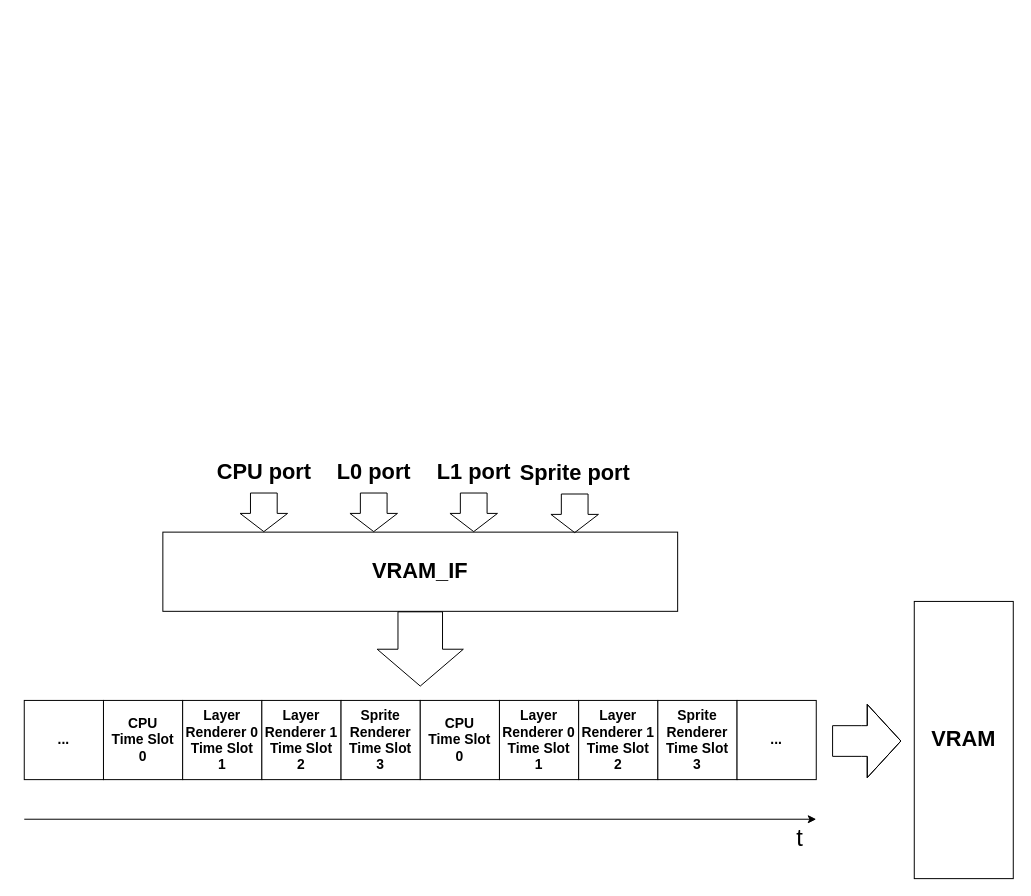
epsilon537/boxlambda keeps this draw.io diagram as docs/assets/vram_if_timeslot_scheduling.drawio. Above is the earlier version. Source tidied: cells renumbered, new cells numbered last; positions are measured from the earlier drawing's top-left corner, leaving out a move shared by most shapes. Both pictures are drawn from the tidied source at 99%, with x=0, y=0 at pixel (24, 492).
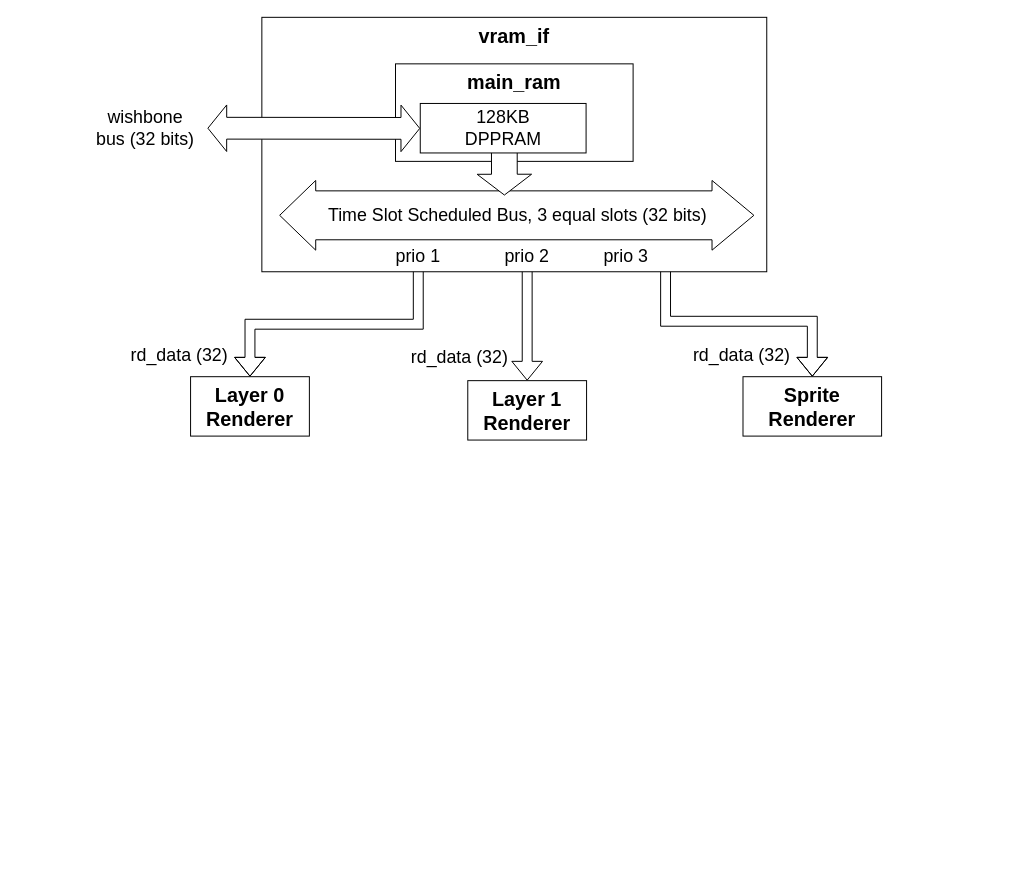
After the change.

What changed in the source:
```diff
@@
-    <mxCell id="2" value="CPU&lt;br style=&quot;font-size: 14px;&quot;&gt;Time Slot&lt;br&gt;0" style="rounded=0;whiteSpace=wrap;html=1;fontStyle=1;fontSize=14;" parent="1" vertex="1">
-      <mxGeometry x="80" y="210" width="80" height="80" as="geometry" />
-    </mxCell>
-    <mxCell id="3" value="Layer Renderer 0&lt;br style=&quot;font-size: 14px;&quot;&gt;Time Slot&lt;br&gt;1" style="rounded=0;whiteSpace=wrap;html=1;fontStyle=1;fontSize=14;" parent="1" vertex="1">
-      <mxGeometry x="160" y="210" width="80" height="80" as="geometry" />
-    </mxCell>
-    <mxCell id="4" value="Layer Renderer 1&lt;br style=&quot;font-size: 14px;&quot;&gt;Time Slot&lt;br&gt;2" style="rounded=0;whiteSpace=wrap;html=1;fontStyle=1;fontSize=14;" parent="1" vertex="1">
-      <mxGeometry x="240" y="210" width="80" height="80" as="geometry" />
-    </mxCell>
-    <mxCell id="5" value="Sprite Renderer&lt;br style=&quot;font-size: 14px;&quot;&gt;Time Slot&lt;br&gt;3" style="rounded=0;whiteSpace=wrap;html=1;fontStyle=1;fontSize=14;" parent="1" vertex="1">
-      <mxGeometry x="320" y="210" width="80" height="80" as="geometry" />
-    </mxCell>
-    <mxCell id="6" value="CPU&lt;br style=&quot;font-size: 14px;&quot;&gt;Time Slot&lt;br&gt;0" style="rounded=0;whiteSpace=wrap;html=1;fontStyle=1;fontSize=14;" parent="1" vertex="1">
-      <mxGeometry x="400" y="210" width="80" height="80" as="geometry" />
-    </mxCell>
-    <mxCell id="7" value="Layer Renderer 0&lt;br style=&quot;font-size: 14px;&quot;&gt;Time Slot&lt;br&gt;1" style="rounded=0;whiteSpace=wrap;html=1;fontStyle=1;fontSize=14;" parent="1" vertex="1">
-      <mxGeometry x="480" y="210" width="80" height="80" as="geometry" />
-    </mxCell>
-    <mxCell id="8" value="Layer Renderer 1&lt;br style=&quot;font-size: 14px;&quot;&gt;Time Slot&lt;br&gt;2" style="rounded=0;whiteSpace=wrap;html=1;fontStyle=1;fontSize=14;" parent="1" vertex="1">
-      <mxGeometry x="560" y="210" width="80" height="80" as="geometry" />
-    </mxCell>
-    <mxCell id="9" value="Sprite Renderer&lt;br style=&quot;font-size: 14px;&quot;&gt;Time Slot&lt;br&gt;3" style="rounded=0;whiteSpace=wrap;html=1;fontStyle=1;fontSize=14;" parent="1" vertex="1">
-      <mxGeometry x="640" y="210" width="80" height="80" as="geometry" />
-    </mxCell>
-    <mxCell id="10" value="..." style="rounded=0;whiteSpace=wrap;html=1;fontStyle=1;fontSize=14;" parent="1" vertex="1">
-      <mxGeometry y="210" width="80" height="80" as="geometry" />
-    </mxCell>
-    <mxCell id="11" value="..." style="rounded=0;whiteSpace=wrap;html=1;fontStyle=1;fontSize=14;" parent="1" vertex="1">
-      <mxGeometry x="720" y="210" width="80" height="80" as="geometry" />
-    </mxCell>
-    <mxCell id="12" value="t" style="endArrow=classic;html=1;rounded=0;fontSize=24;align=right;" parent="1" edge="1">
-      <mxGeometry x="0.97" y="-20" relative="1" as="geometry">
-        <mxPoint y="330" as="sourcePoint" />
-        <mxPoint x="800" y="330" as="targetPoint" />
-      </mxGeometry>
-    </mxCell>
-    <mxCell id="13" value="&lt;b&gt;&lt;font style=&quot;font-size: 22px;&quot;&gt;VRAM&lt;/font&gt;&lt;/b&gt;" style="rounded=0;whiteSpace=wrap;html=1;fontSize=14;" parent="1" vertex="1">
-      <mxGeometry x="899" y="110" width="100" height="280" as="geometry" />
-    </mxCell>
-    <mxCell id="14" style="shape=flexArrow;endArrow=classic;html=1;rounded=0;fontSize=22;endWidth=42;endSize=11;width=31;" parent="1" edge="1">
-      <mxGeometry relative="1" as="geometry">
-        <mxPoint x="816" y="251" as="sourcePoint" />
-        <mxPoint x="886" y="251" as="targetPoint" />
-        <Array as="points">
-          <mxPoint x="846" y="251" />
-        </Array>
-      </mxGeometry>
-    </mxCell>
-    <mxCell id="15" value="&lt;b&gt;VRAM_IF&lt;/b&gt;" style="rounded=0;whiteSpace=wrap;html=1;fontSize=22;" parent="1" vertex="1">
-      <mxGeometry x="140" y="40" width="520" height="80" as="geometry" />
-    </mxCell>
-    <mxCell id="16" style="shape=flexArrow;endArrow=classic;html=1;rounded=0;fontSize=22;endWidth=41;endSize=12.07;width=45;exitX=0.5;exitY=1;exitDx=0;exitDy=0;" parent="1" edge="1" source="15">
-      <mxGeometry relative="1" as="geometry">
-        <mxPoint x="400" y="196" as="targetPoint" />
-      </mxGeometry>
-    </mxCell>
-    <mxCell id="17" value="CPU port" style="shape=flexArrow;endArrow=classic;html=1;rounded=0;fontSize=22;width=27;endSize=5.8;fontStyle=1;" parent="1" edge="1">
-      <mxGeometry x="-1" y="-20" relative="1" as="geometry">
-        <mxPoint x="242" as="sourcePoint" />
-        <mxPoint x="242" y="40" as="targetPoint" />
-        <mxPoint x="20" y="-20" as="offset" />
-      </mxGeometry>
-    </mxCell>
-    <mxCell id="18" value="L0 port" style="shape=flexArrow;endArrow=classic;html=1;rounded=0;fontSize=22;width=27;endSize=5.8;fontStyle=1;" parent="1" edge="1">
-      <mxGeometry x="-1" y="-20" relative="1" as="geometry">
-        <mxPoint x="353" as="sourcePoint" />
-        <mxPoint x="353" y="40" as="targetPoint" />
-        <mxPoint x="20" y="-20" as="offset" />
-      </mxGeometry>
-    </mxCell>
-    <mxCell id="19" value="L1 port" style="shape=flexArrow;endArrow=classic;html=1;rounded=0;fontSize=22;width=27;endSize=5.8;fontStyle=1;" parent="1" edge="1">
-      <mxGeometry x="-1" y="-20" relative="1" as="geometry">
-        <mxPoint x="454" as="sourcePoint" />
-        <mxPoint x="454" y="40" as="targetPoint" />
-        <mxPoint x="20" y="-20" as="offset" />
-      </mxGeometry>
-    </mxCell>
-    <mxCell id="20" value="Sprite port" style="shape=flexArrow;endArrow=classic;html=1;rounded=0;fontSize=22;width=27;endSize=5.8;fontStyle=1;" parent="1" edge="1">
-      <mxGeometry x="-1" y="-20" relative="1" as="geometry">
-        <mxPoint x="556" y="1" as="sourcePoint" />
-        <mxPoint x="556" y="41" as="targetPoint" />
-        <mxPoint x="20" y="-20" as="offset" />
-      </mxGeometry>
-    </mxCell>
+    <mxCell id="21" style="endArrow=classic;html=1;rounded=0;startArrow=none;startFill=0;endFill=1;exitX=0.5;exitY=0.5;exitDx=0;exitDy=0;edgeStyle=orthogonalEdgeStyle;fontSize=18;shape=flexArrow;exitPerimeter=0;" parent="1" edge="1" source="32" target="26">
+      <mxGeometry relative="1" as="geometry">
+        <Array as="points">
+          <mxPoint x="398" y="-170" />
+          <mxPoint x="228" y="-170" />
+        </Array>
+      </mxGeometry>
+    </mxCell>
+    <mxCell id="22" style="endArrow=classic;html=1;rounded=0;startArrow=none;startFill=0;endFill=1;edgeStyle=elbowEdgeStyle;fontSize=18;elbow=vertical;exitX=0.882;exitY=0.973;exitDx=0;exitDy=0;shape=flexArrow;exitPerimeter=0;" parent="1" edge="1" target="28">
+      <mxGeometry relative="1" as="geometry">
+        <mxPoint x="647.8" y="-229.9" as="sourcePoint" />
+      </mxGeometry>
+    </mxCell>
+    <mxCell id="23" style="endArrow=classic;html=1;rounded=0;startArrow=none;startFill=0;endFill=1;exitX=0.5;exitY=0.433;exitDx=0;exitDy=0;fontSize=18;edgeStyle=orthogonalEdgeStyle;shape=flexArrow;exitPerimeter=0;" parent="1" edge="1" source="33" target="27">
+      <mxGeometry relative="1" as="geometry" />
+    </mxCell>
+    <mxCell id="24" value="&lt;b style=&quot;font-size: 20px;&quot;&gt;vram_if&lt;/b&gt;" style="rounded=0;whiteSpace=wrap;html=1;direction=east;verticalAlign=top;fontSize=20;" parent="1" vertex="1">
+      <mxGeometry x="240" y="-480" width="510" height="257" as="geometry" />
+    </mxCell>
+    <mxCell id="25" value="main_ram" style="rounded=0;whiteSpace=wrap;html=1;verticalAlign=top;fontStyle=1;fontSize=20;" parent="1" vertex="1">
+      <mxGeometry x="375" y="-433" width="240" height="98.5" as="geometry" />
+    </mxCell>
+    <mxCell id="26" value="&lt;b&gt;Layer 0 Renderer&lt;/b&gt;" style="rounded=0;whiteSpace=wrap;html=1;direction=east;fontSize=20;" parent="1" vertex="1">
+      <mxGeometry x="168" y="-117" width="120" height="60" as="geometry" />
+    </mxCell>
+    <mxCell id="27" value="&lt;b&gt;Layer 1 Renderer&lt;/b&gt;" style="rounded=0;whiteSpace=wrap;html=1;direction=east;fontSize=20;" parent="1" vertex="1">
+      <mxGeometry x="448" y="-113" width="120" height="60" as="geometry" />
+    </mxCell>
+    <mxCell id="28" value="&lt;b&gt;Sprite&lt;br style=&quot;font-size: 20px;&quot;&gt;Renderer&lt;/b&gt;" style="rounded=0;whiteSpace=wrap;html=1;direction=east;fontSize=20;" parent="1" vertex="1">
+      <mxGeometry x="726" y="-117" width="140" height="60" as="geometry" />
+    </mxCell>
+    <mxCell id="29" value="rd_data (32)" style="text;html=1;strokeColor=none;fillColor=none;align=right;verticalAlign=middle;whiteSpace=wrap;rounded=0;fontSize=18;" parent="1" vertex="1">
+      <mxGeometry x="88" y="-153" width="120" height="30" as="geometry" />
+    </mxCell>
+    <mxCell id="30" value="rd_data (32)" style="text;html=1;strokeColor=none;fillColor=none;align=right;verticalAlign=middle;whiteSpace=wrap;rounded=0;fontSize=18;" parent="1" vertex="1">
+      <mxGeometry x="361" y="-151" width="130" height="30" as="geometry" />
+    </mxCell>
+    <mxCell id="31" value="rd_data (32)" style="text;html=1;strokeColor=none;fillColor=none;align=right;verticalAlign=middle;whiteSpace=wrap;rounded=0;fontSize=18;" parent="1" vertex="1">
+      <mxGeometry x="606" y="-153" width="170" height="30" as="geometry" />
+    </mxCell>
+    <mxCell id="32" value="prio 1" style="text;html=1;strokeColor=none;fillColor=none;align=center;verticalAlign=middle;whiteSpace=wrap;rounded=0;fontSize=18;" parent="1" vertex="1">
+      <mxGeometry x="368" y="-253" width="60" height="30" as="geometry" />
+    </mxCell>
+    <mxCell id="33" value="prio 2" style="text;html=1;strokeColor=none;fillColor=none;align=center;verticalAlign=middle;whiteSpace=wrap;rounded=0;fontSize=18;" parent="1" vertex="1">
+      <mxGeometry x="478" y="-253" width="60" height="30" as="geometry" />
+    </mxCell>
+    <mxCell id="34" value="prio 3" style="text;html=1;strokeColor=none;fillColor=none;align=center;verticalAlign=middle;whiteSpace=wrap;rounded=0;fontSize=18;" parent="1" vertex="1">
+      <mxGeometry x="578" y="-253" width="60" height="30" as="geometry" />
+    </mxCell>
+    <mxCell id="35" style="shape=flexArrow;endArrow=classic;startArrow=classic;html=1;rounded=0;fontSize=18;targetPerimeterSpacing=0;entryX=0;entryY=0.5;entryDx=0;entryDy=0;startWidth=24;startSize=5.99;width=22;endWidth=24;endSize=5.99;fillColor=default;" parent="1" edge="1">
+      <mxGeometry relative="1" as="geometry">
+        <mxPoint x="185" y="-368" as="sourcePoint" />
+        <mxPoint x="400" y="-367.8" as="targetPoint" />
+      </mxGeometry>
+    </mxCell>
+    <mxCell id="36" value="wishbone bus (32 bits)" style="text;html=1;strokeColor=none;fillColor=none;align=center;verticalAlign=middle;whiteSpace=wrap;rounded=0;fontSize=18;" parent="1" vertex="1">
+      <mxGeometry x="70" y="-382.8" width="105" height="30" as="geometry" />
+    </mxCell>
+    <mxCell id="37" value="Time Slot Scheduled Bus, 3 equal slots (32 bits)" style="shape=flexArrow;endArrow=classic;html=1;rounded=0;fontSize=18;targetPerimeterSpacing=0;startArrow=block;width=49.411764705882355;startSize=11.799999999999999;endSize=13.76470588235294;fillColor=default;" parent="1" edge="1">
+      <mxGeometry relative="1" as="geometry">
+        <mxPoint x="257.5" y="-280" as="sourcePoint" />
+        <mxPoint x="737.5" y="-280" as="targetPoint" />
+      </mxGeometry>
+    </mxCell>
+    <mxCell id="38" style="shape=flexArrow;endArrow=classic;html=1;rounded=0;endWidth=28;endSize=6.66;width=26;fillColor=default;exitX=0.507;exitY=0.86;exitDx=0;exitDy=0;exitPerimeter=0;" parent="1" edge="1" source="39">
+      <mxGeometry relative="1" as="geometry">
+        <mxPoint x="485" y="-300" as="targetPoint" />
+      </mxGeometry>
+    </mxCell>
+    <mxCell id="39" value="128KB&lt;br&gt;DPPRAM" style="rounded=0;whiteSpace=wrap;html=1;fontSize=18;" parent="1" vertex="1">
+      <mxGeometry x="400" y="-393" width="167.5" height="50" as="geometry" />
+    </mxCell>
```
